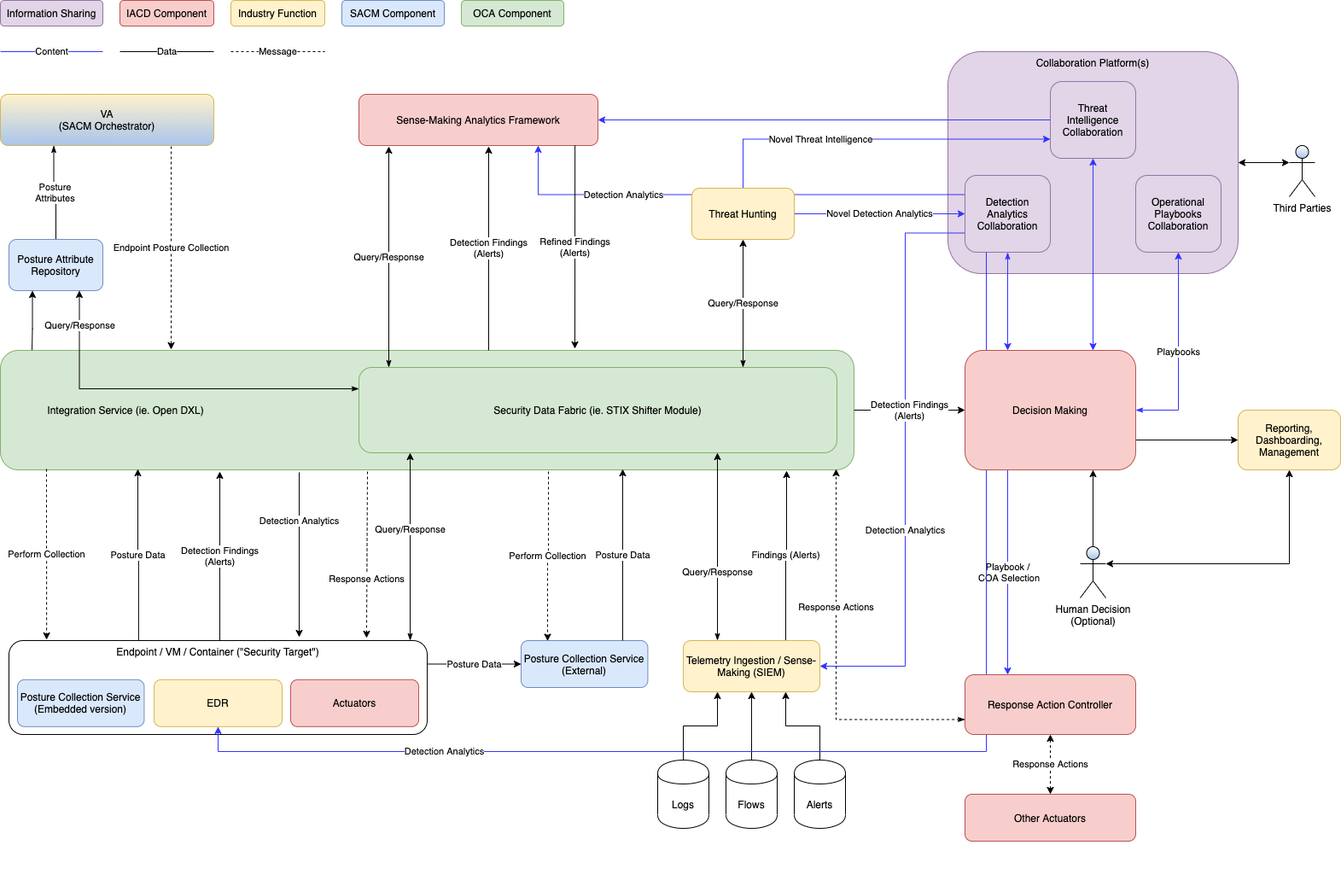
The draw.io diagram SACM_OCA_IACD.png in opencybersecurityalliance/documentation, before a commit. Source tidied: cells renumbered, new cells last; positions are measured from the earlier drawing's top-left corner, leaving out a move shared by most shapes.
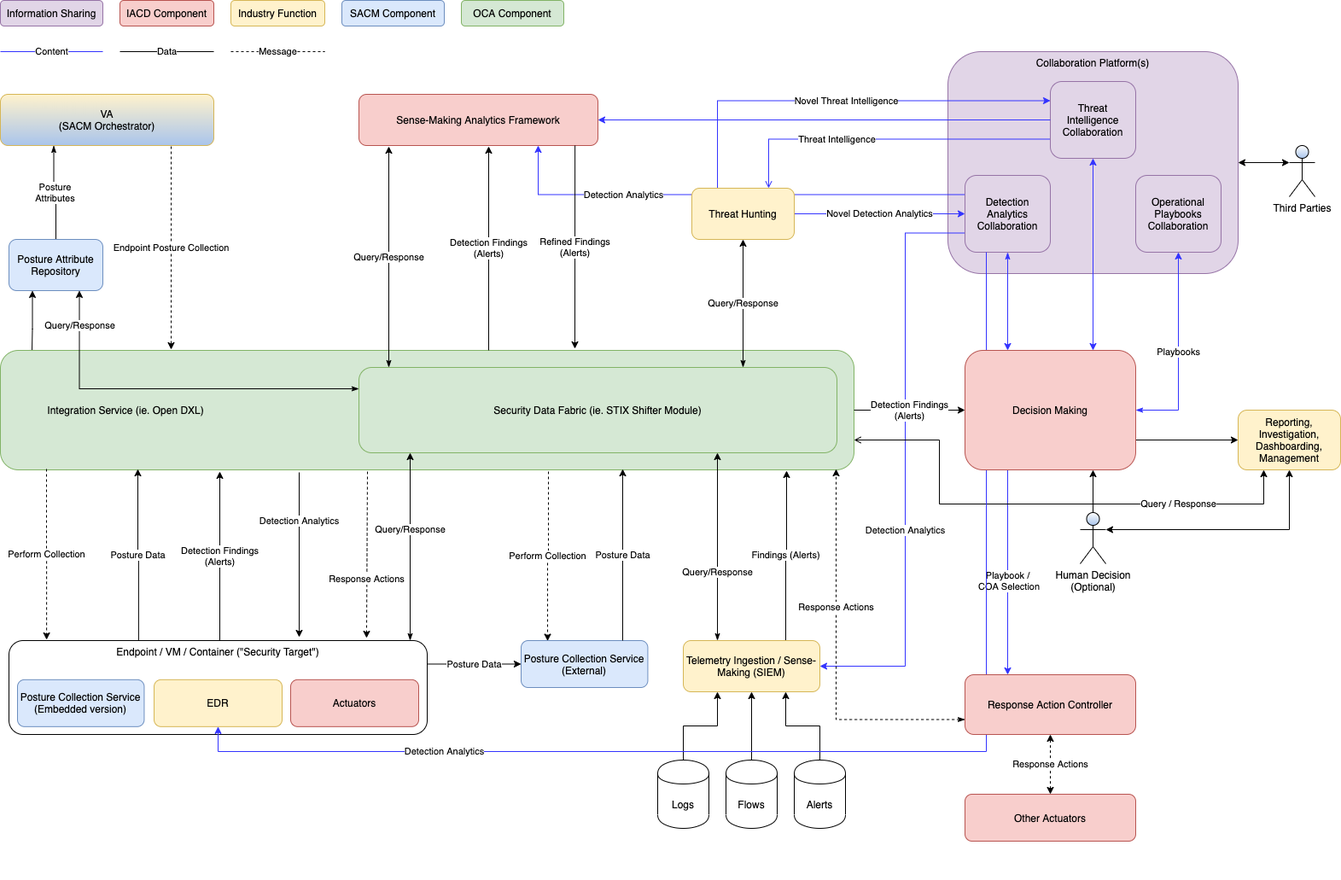
Later version of the same file.

What changed in the source:
```diff
@@ -34,6 +34,9 @@
         <mxPoint x="54" y="549" as="sourcePoint" />
       </mxGeometry>
     </mxCell>
+    <mxCell id="76" value="Threat Intelligence" style="edgeStyle=orthogonalEdgeStyle;rounded=0;jettySize=auto;html=1;exitX=0;exitY=0.75;exitDx=0;exitDy=0;entryX=0.75;entryY=0;entryDx=0;entryDy=0;startArrow=none;startFill=0;endArrow=open;endFill=0;strokeColor=#3333FF;" parent="1" edge="1" source="10" target="69">
+      <mxGeometry x="0.29" relative="1" as="geometry" />
+    </mxCell>
     <mxCell id="10" value="Threat Intelligence Collaboration" style="rounded=1;whiteSpace=wrap;html=1;fillColor=#e1d5e7;strokeColor=#9673a6;" parent="1" vertex="1">
       <mxGeometry x="1230" y="95" width="100" height="90" as="geometry" />
     </mxCell>
@@ -153,7 +156,7 @@
       <mxGeometry relative="1" as="geometry" />
     </mxCell>
     <mxCell id="42" value="Playbook /&lt;br&gt;&amp;nbsp;COA Selection" style="endArrow=classic;html=1;entryX=0.25;entryY=0;entryDx=0;entryDy=0;exitX=0.25;exitY=1;exitDx=0;exitDy=0;strokeColor=#3333FF;" parent="1" edge="1" source="66" target="67">
-      <mxGeometry relative="1" as="geometry" />
+      <mxGeometry x="0.08" relative="1" as="geometry" />
     </mxCell>
     <mxCell id="43" value="Operational&lt;br&gt;Playbooks&lt;br&gt;Collaboration" style="rounded=1;whiteSpace=wrap;html=1;fillColor=#e1d5e7;strokeColor=#9673a6;" parent="1" vertex="1">
       <mxGeometry x="1330" y="205" width="100" height="90" as="geometry" />
@@ -209,8 +212,17 @@
     <mxCell id="60" style="edgeStyle=orthogonalEdgeStyle;rounded=0;jettySize=auto;html=1;exitX=1;exitY=0.3333333333333333;exitDx=0;exitDy=0;exitPerimeter=0;entryX=0.5;entryY=1;entryDx=0;entryDy=0;strokeColor=#000000;startArrow=classic;startFill=1;" parent="1" edge="1" source="61" target="73">
       <mxGeometry relative="1" as="geometry" />
     </mxCell>
+    <mxCell id="77" value="Query / Response" style="edgeStyle=orthogonalEdgeStyle;rounded=0;jettySize=auto;html=1;exitX=0.25;exitY=1;exitDx=0;exitDy=0;entryX=1;entryY=0.75;entryDx=0;entryDy=0;startArrow=classic;startFill=1;endArrow=open;endFill=0;strokeColor=#000000;" parent="1" edge="1" source="73" target="7">
+      <mxGeometry x="-0.53" relative="1" as="geometry">
+        <Array as="points">
+          <mxPoint x="1480" y="590" />
+          <mxPoint x="1100" y="590" />
+          <mxPoint x="1100" y="515" />
+        </Array>
+      </mxGeometry>
+    </mxCell>
     <mxCell id="61" value="Human Decision&lt;br&gt;(Optional)" style="shape=umlActor;verticalLabelPosition=bottom;labelBackgroundColor=#ffffff;verticalAlign=top;html=1;outlineConnect=0;gradientColor=#A9C4EB;align=center;" parent="1" vertex="1">
-      <mxGeometry x="1265" y="640" width="30" height="60" as="geometry" />
+      <mxGeometry x="1265" y="600" width="30" height="60" as="geometry" />
     </mxCell>
     <mxCell id="62" style="edgeStyle=orthogonalEdgeStyle;rounded=0;jettySize=auto;html=1;exitX=0;exitY=0.3333333333333333;exitDx=0;exitDy=0;exitPerimeter=0;entryX=1;entryY=0.5;entryDx=0;entryDy=0;startArrow=classic;startFill=1;" parent="1" edge="1" source="63" target="2">
       <mxGeometry relative="1" as="geometry" />
@@ -235,8 +247,12 @@
     <mxCell id="67" value="Response Action Controller" style="rounded=1;whiteSpace=wrap;html=1;fillColor=#f8cecc;strokeColor=#b85450;" parent="1" vertex="1">
       <mxGeometry x="1130" y="790" width="200" height="70" as="geometry" />
     </mxCell>
-    <mxCell id="68" value="Novel Threat Intelligence" style="edgeStyle=orthogonalEdgeStyle;rounded=0;jettySize=auto;html=1;exitX=0.5;exitY=0;exitDx=0;exitDy=0;entryX=0;entryY=0.75;entryDx=0;entryDy=0;startArrow=none;startFill=0;endArrow=classic;endFill=1;strokeColor=#3333FF;" parent="1" edge="1" source="69" target="10">
-      <mxGeometry x="-0.29" relative="1" as="geometry" />
+    <mxCell id="68" value="Novel Threat Intelligence" style="edgeStyle=orthogonalEdgeStyle;rounded=0;jettySize=auto;html=1;exitX=0.25;exitY=0;exitDx=0;exitDy=0;entryX=0;entryY=0.25;entryDx=0;entryDy=0;startArrow=none;startFill=0;endArrow=classic;endFill=1;strokeColor=#3333FF;" parent="1" edge="1" source="69" target="10">
+      <mxGeometry x="0.03" relative="1" as="geometry">
+        <Array as="points">
+          <mxPoint x="840" y="118" />
+        </Array>
+      </mxGeometry>
     </mxCell>
     <mxCell id="69" value="Threat Hunting" style="rounded=1;whiteSpace=wrap;html=1;fillColor=#fff2cc;strokeColor=#d6b656;" parent="1" vertex="1">
       <mxGeometry x="810" y="220" width="120" height="60" as="geometry" />
@@ -259,7 +275,7 @@
         <mxPoint x="380" y="60" as="targetPoint" />
       </mxGeometry>
     </mxCell>
-    <mxCell id="73" value="Reporting, Dashboarding, Management" style="rounded=1;whiteSpace=wrap;html=1;fillColor=#fff2cc;strokeColor=#d6b656;" parent="1" vertex="1">
+    <mxCell id="73" value="Reporting, Investigation, Dashboarding, Management" style="rounded=1;whiteSpace=wrap;html=1;fillColor=#fff2cc;strokeColor=#d6b656;" parent="1" vertex="1">
       <mxGeometry x="1450" y="480" width="120" height="70" as="geometry" />
     </mxCell>
     <mxCell id="74" value="Query/Response" style="edgeStyle=orthogonalEdgeStyle;rounded=0;orthogonalLoop=1;jettySize=auto;html=1;entryX=0.75;entryY=1;entryDx=0;entryDy=0;startArrow=classicThin;startFill=1;exitX=0.25;exitY=0;exitDx=0;exitDy=0;" parent="1" edge="1">
```
